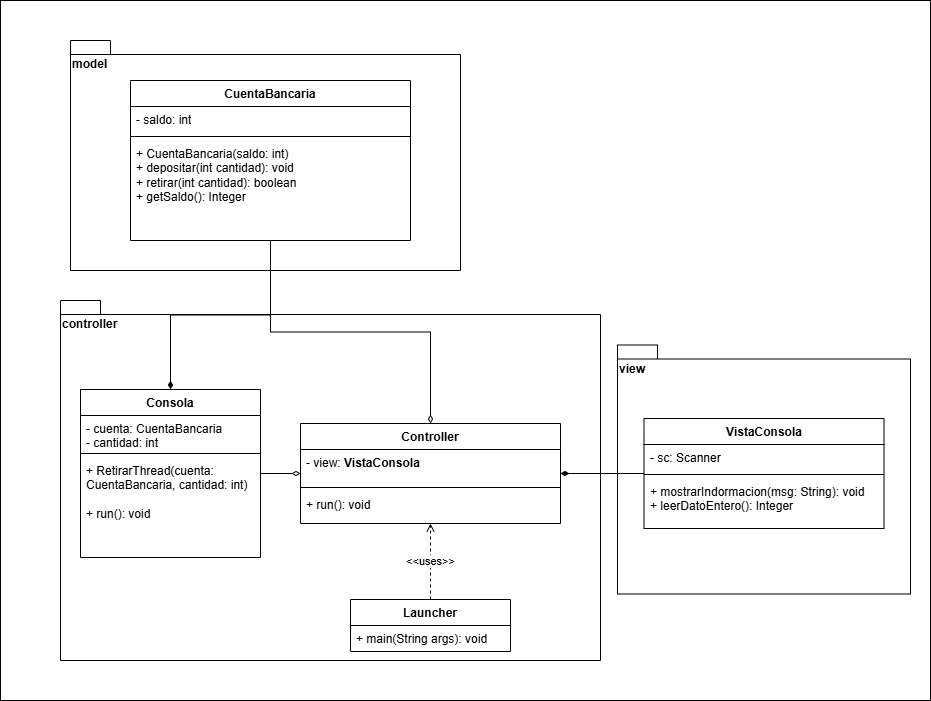
Above: docs/UMLCriticalSection.png in ItzNxhin/CriticalSection (draw.io), before the change. Source tidied: cells renumbered, new cells last; positions are measured from the earlier drawing's top-left corner, leaving out a move shared by most shapes.
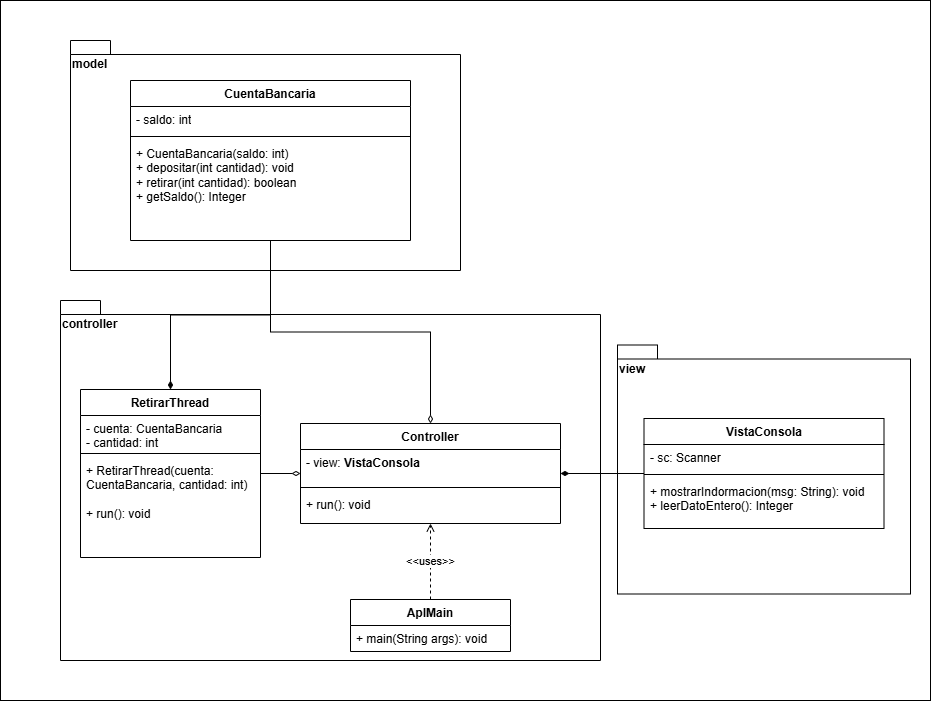
The same diagram one commit later.

Diff of the diagram source:
```diff
@@ -44,7 +44,7 @@
     <mxCell id="15" value="&amp;lt;&amp;lt;uses&amp;gt;&amp;gt;" style="edgeStyle=orthogonalEdgeStyle;rounded=0;jettySize=auto;html=1;endArrow=open;endFill=0;dashed=1;" parent="1" edge="1" source="16" target="6">
       <mxGeometry relative="1" as="geometry" />
     </mxCell>
-    <mxCell id="16" value="Launcher" style="swimlane;fontStyle=1;align=center;verticalAlign=top;horizontal=1;startSize=26;whiteSpace=wrap;html=1;" parent="1" vertex="1">
+    <mxCell id="16" value="AplMain" style="swimlane;fontStyle=1;align=center;verticalAlign=top;horizontal=1;startSize=26;whiteSpace=wrap;html=1;" parent="1" vertex="1">
       <mxGeometry x="350" y="599" width="160" height="52" as="geometry" />
     </mxCell>
     <mxCell id="17" value="+ main(String args): void" style="text;strokeColor=none;fillColor=none;align=left;verticalAlign=top;spacingLeft=4;spacingRight=4;overflow=hidden;whiteSpace=wrap;html=1;" parent="16" vertex="1">
@@ -53,7 +53,7 @@
     <mxCell id="18" style="edgeStyle=orthogonalEdgeStyle;rounded=0;jettySize=auto;html=1;endArrow=diamondThin;endFill=0;" parent="1" edge="1" source="19" target="6">
       <mxGeometry relative="1" as="geometry" />
     </mxCell>
-    <mxCell id="19" value="Consola" style="swimlane;fontStyle=1;align=center;verticalAlign=top;horizontal=1;startSize=26;whiteSpace=wrap;html=1;" parent="1" vertex="1">
+    <mxCell id="19" value="RetirarThread" style="swimlane;fontStyle=1;align=center;verticalAlign=top;horizontal=1;startSize=26;whiteSpace=wrap;html=1;" parent="1" vertex="1">
       <mxGeometry x="80" y="389" width="180" height="168" as="geometry" />
     </mxCell>
     <mxCell id="20" value="- cuenta: CuentaBancaria&lt;div&gt;- cantidad: int&lt;/div&gt;" style="text;strokeColor=none;fillColor=none;align=left;verticalAlign=top;spacingLeft=4;spacingRight=4;overflow=hidden;whiteSpace=wrap;html=1;" parent="19" vertex="1">
```
